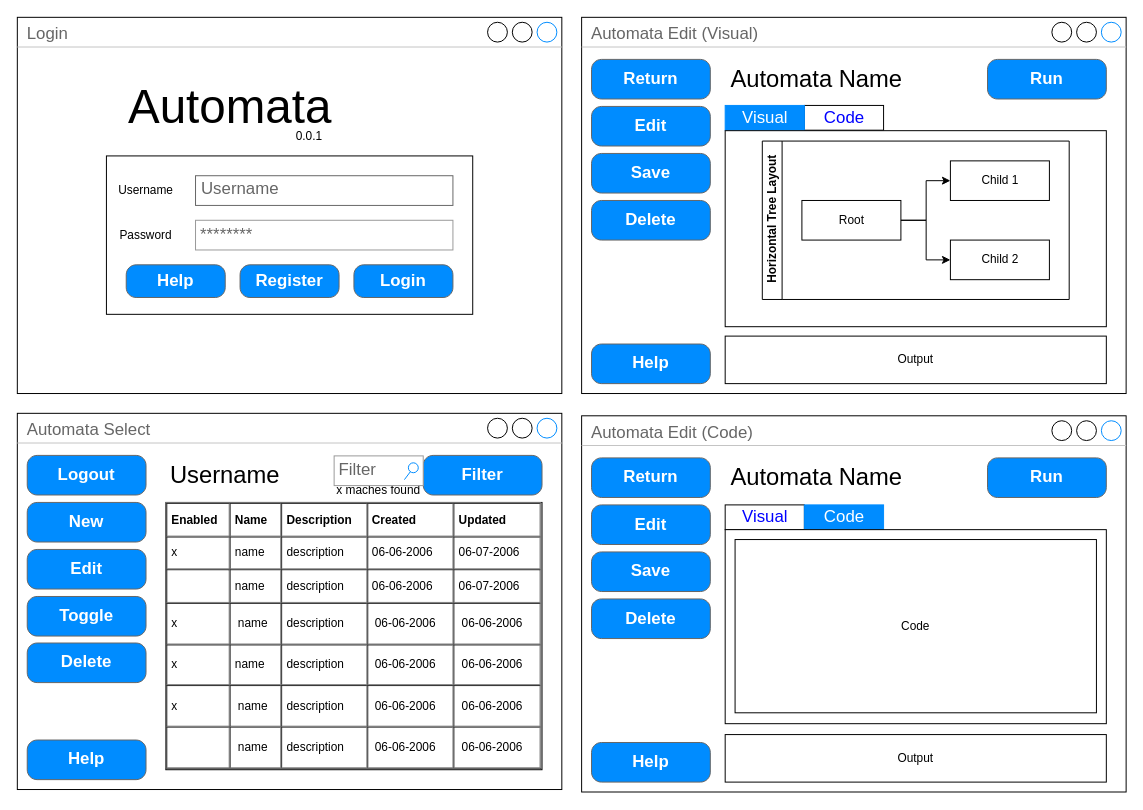
Above: AutomataDB/AutomataScreens.drawio in scott246/automata (draw.io), before the change. Source tidied: cells renumbered, new cells numbered last; positions are measured from the earlier drawing's top-left corner, leaving out a move shared by most shapes. Both pictures are drawn from the tidied source at 99%, with x=0, y=0 at pixel (17, 17).
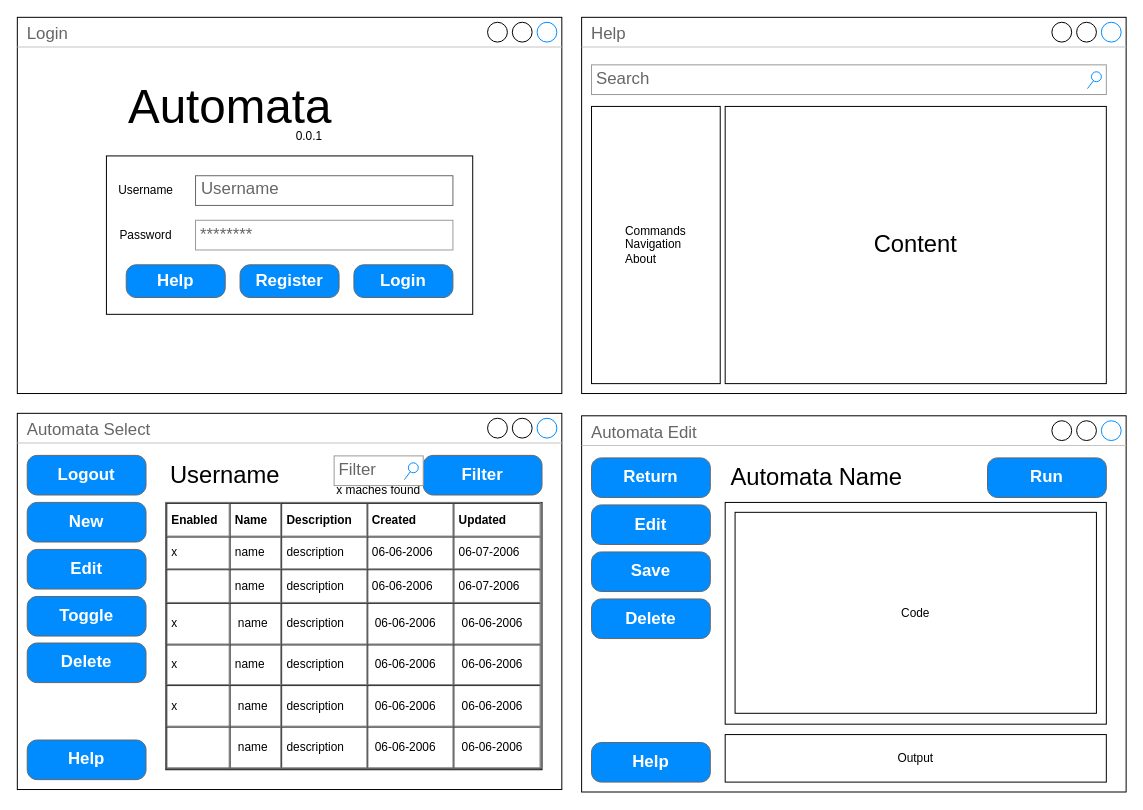
After the change.

Diff of the diagram source:
```diff
@@
-    <mxCell id="21" value="Automata Edit (Visual)&lt;br&gt;" style="strokeWidth=1;shadow=0;dashed=0;align=center;html=1;shape=mxgraph.mockup.containers.window;align=left;verticalAlign=top;spacingLeft=8;strokeColor2=#008cff;strokeColor3=#c4c4c4;fontColor=#666666;fillColor=#ffffff;mainText=;fontSize=17;labelBackgroundColor=none;" parent="1" vertex="1">
+    <mxCell id="21" value="Help&lt;br&gt;" style="strokeWidth=1;shadow=0;dashed=0;align=center;html=1;shape=mxgraph.mockup.containers.window;align=left;verticalAlign=top;spacingLeft=8;strokeColor2=#008cff;strokeColor3=#c4c4c4;fontColor=#666666;fillColor=#ffffff;mainText=;fontSize=17;labelBackgroundColor=none;" parent="1" vertex="1">
       <mxGeometry x="570" width="550" height="380" as="geometry" />
     </mxCell>
-    <mxCell id="22" value="Run&lt;br&gt;" style="strokeWidth=1;shadow=0;dashed=0;align=center;html=1;shape=mxgraph.mockup.buttons.button;strokeColor=#666666;fontColor=#ffffff;mainText=;buttonStyle=round;fontSize=17;fontStyle=1;fillColor=#008cff;whiteSpace=wrap;" parent="1" vertex="1">
-      <mxGeometry x="980" y="42.5" width="120" height="40" as="geometry" />
-    </mxCell>
-    <mxCell id="23" value="Help&lt;br&gt;" style="strokeWidth=1;shadow=0;dashed=0;align=center;html=1;shape=mxgraph.mockup.buttons.button;strokeColor=#666666;fontColor=#ffffff;mainText=;buttonStyle=round;fontSize=17;fontStyle=1;fillColor=#008cff;whiteSpace=wrap;" parent="1" vertex="1">
-      <mxGeometry x="580" y="330" width="120" height="40" as="geometry" />
-    </mxCell>
-    <mxCell id="24" value="Edit&lt;br&gt;" style="strokeWidth=1;shadow=0;dashed=0;align=center;html=1;shape=mxgraph.mockup.buttons.button;strokeColor=#666666;fontColor=#ffffff;mainText=;buttonStyle=round;fontSize=17;fontStyle=1;fillColor=#008cff;whiteSpace=wrap;" parent="1" vertex="1">
-      <mxGeometry x="580" y="90" width="120" height="40" as="geometry" />
-    </mxCell>
-    <mxCell id="25" value="Save&lt;br&gt;" style="strokeWidth=1;shadow=0;dashed=0;align=center;html=1;shape=mxgraph.mockup.buttons.button;strokeColor=#666666;fontColor=#ffffff;mainText=;buttonStyle=round;fontSize=17;fontStyle=1;fillColor=#008cff;whiteSpace=wrap;" parent="1" vertex="1">
-      <mxGeometry x="580" y="137.5" width="120" height="40" as="geometry" />
-    </mxCell>
-    <mxCell id="26" value="Delete&lt;br&gt;" style="strokeWidth=1;shadow=0;dashed=0;align=center;html=1;shape=mxgraph.mockup.buttons.button;strokeColor=#666666;fontColor=#ffffff;mainText=;buttonStyle=round;fontSize=17;fontStyle=1;fillColor=#008cff;whiteSpace=wrap;" parent="1" vertex="1">
-      <mxGeometry x="580" y="185" width="120" height="40" as="geometry" />
-    </mxCell>
-    <mxCell id="27" value="Return&lt;br&gt;" style="strokeWidth=1;shadow=0;dashed=0;align=center;html=1;shape=mxgraph.mockup.buttons.button;strokeColor=#666666;fontColor=#ffffff;mainText=;buttonStyle=round;fontSize=17;fontStyle=1;fillColor=#008cff;whiteSpace=wrap;" parent="1" vertex="1">
-      <mxGeometry x="580" y="42.5" width="120" height="40" as="geometry" />
-    </mxCell>
-    <mxCell id="28" value="Automata Name" style="text;html=1;strokeColor=none;fillColor=none;align=center;verticalAlign=middle;whiteSpace=wrap;rounded=0;fontSize=24;" parent="1" vertex="1">
-      <mxGeometry x="715" y="42.5" width="185" height="40" as="geometry" />
-    </mxCell>
@@
-    <mxCell id="32" value="Code" style="strokeColor=inherit;fillColor=inherit;gradientColor=inherit;strokeWidth=1;shadow=0;dashed=0;align=center;html=1;shape=mxgraph.mockup.text.rrect;rSize=0;fontSize=17;fontColor=#0000ff;" parent="1" vertex="1">
-      <mxGeometry x="795" y="89" width="80" height="25" as="geometry" />
-    </mxCell>
-    <mxCell id="33" value="Visual" style="strokeWidth=1;shadow=0;dashed=0;align=center;html=1;shape=mxgraph.mockup.text.rrect;rSize=0;fontSize=17;fontColor=#ffffff;fillColor=#008cff;strokeColor=#008cff;" parent="1" vertex="1">
-      <mxGeometry x="715" y="89" width="80" height="25" as="geometry" />
-    </mxCell>
@@
-    <mxCell id="35" style="rounded=0;whiteSpace=wrap;html=1;shadow=0;labelBackgroundColor=none;fillColor=#ffffff;gradientColor=none;fontSize=24;" parent="1" vertex="1">
-      <mxGeometry x="715" y="114.5" width="385" height="198" as="geometry" />
+    <mxCell id="35" value="Content" style="rounded=0;whiteSpace=wrap;html=1;shadow=0;labelBackgroundColor=none;fillColor=#ffffff;gradientColor=none;fontSize=24;" parent="1" vertex="1">
+      <mxGeometry x="715" y="90" width="385" height="280" as="geometry" />
     </mxCell>
-    <mxCell id="36" value="Horizontal Tree Layout" style="swimlane;html=1;startSize=20;horizontal=0;horizontalTree=1;containerType=tree;shadow=0;labelBackgroundColor=none;fillColor=#ffffff;gradientColor=none;fontSize=12;" parent="1" vertex="1">
-      <mxGeometry x="752.5" y="125" width="310" height="160" as="geometry" />
-    </mxCell>
-    <mxCell id="37" value="Root" style="whiteSpace=wrap;html=1;" parent="36" vertex="1">
-      <mxGeometry x="40" y="60" width="100" height="40" as="geometry" />
-    </mxCell>
-    <mxCell id="38" value="Child 1" style="whiteSpace=wrap;html=1;" parent="36" vertex="1">
-      <mxGeometry x="190" y="20" width="100" height="40" as="geometry" />
-    </mxCell>
-    <mxCell id="39" style="edgeStyle=elbowEdgeStyle;elbow=horizontal;html=1;rounded=0;" parent="36" edge="1" source="37" target="38">
-      <mxGeometry relative="1" as="geometry" />
-    </mxCell>
-    <mxCell id="40" value="Child 2" style="whiteSpace=wrap;html=1;" parent="36" vertex="1">
-      <mxGeometry x="190" y="100" width="100" height="40" as="geometry" />
-    </mxCell>
-    <mxCell id="41" style="edgeStyle=elbowEdgeStyle;elbow=horizontal;html=1;rounded=0;" parent="36" edge="1" source="37" target="40">
-      <mxGeometry relative="1" as="geometry" />
-    </mxCell>
-    <mxCell id="42" value="Automata Edit (Code)&lt;br&gt;" style="strokeWidth=1;shadow=0;dashed=0;align=center;html=1;shape=mxgraph.mockup.containers.window;align=left;verticalAlign=top;spacingLeft=8;strokeColor2=#008cff;strokeColor3=#c4c4c4;fontColor=#666666;fillColor=#ffffff;mainText=;fontSize=17;labelBackgroundColor=none;" parent="1" vertex="1">
+    <mxCell id="42" value="Automata Edit&lt;br&gt;" style="strokeWidth=1;shadow=0;dashed=0;align=center;html=1;shape=mxgraph.mockup.containers.window;align=left;verticalAlign=top;spacingLeft=8;strokeColor2=#008cff;strokeColor3=#c4c4c4;fontColor=#666666;fillColor=#ffffff;mainText=;fontSize=17;labelBackgroundColor=none;" parent="1" vertex="1">
       <mxGeometry x="570" y="402.5" width="550" height="380" as="geometry" />
     </mxCell>
@@
-    <mxCell id="50" value="Visual" style="strokeColor=inherit;fillColor=inherit;gradientColor=inherit;strokeWidth=1;shadow=0;dashed=0;align=center;html=1;shape=mxgraph.mockup.text.rrect;rSize=0;fontSize=17;fontColor=#0000ff;" parent="1" vertex="1">
-      <mxGeometry x="715" y="492.5" width="80" height="25" as="geometry" />
-    </mxCell>
-    <mxCell id="51" value="Code" style="strokeWidth=1;shadow=0;dashed=0;align=center;html=1;shape=mxgraph.mockup.text.rrect;rSize=0;fontSize=17;fontColor=#ffffff;fillColor=#008cff;strokeColor=#008cff;" parent="1" vertex="1">
-      <mxGeometry x="795" y="492.5" width="80" height="25" as="geometry" />
-    </mxCell>
     <mxCell id="52" style="rounded=0;whiteSpace=wrap;html=1;shadow=0;labelBackgroundColor=none;fillColor=#ffffff;gradientColor=none;fontSize=24;" parent="1" vertex="1">
-      <mxGeometry x="715" y="517.5" width="385" height="196" as="geometry" />
+      <mxGeometry x="715" y="490" width="385" height="224" as="geometry" />
     </mxCell>
     <mxCell id="53" value="Code&lt;div style=&quot;text-align: left&quot;&gt;&lt;/div&gt;" style="rounded=0;whiteSpace=wrap;html=1;shadow=0;labelBackgroundColor=none;fillColor=#ffffff;gradientColor=none;fontSize=12;" parent="1" vertex="1">
-      <mxGeometry x="725" y="527.5" width="365" height="175" as="geometry" />
+      <mxGeometry x="725" y="500" width="365" height="203" as="geometry" />
     </mxCell>
@@
-    <mxCell id="55" value="Output" style="rounded=0;whiteSpace=wrap;html=1;shadow=0;labelBackgroundColor=none;fillColor=#ffffff;gradientColor=none;fontSize=12;" parent="1" vertex="1">
-      <mxGeometry x="715" y="322" width="385" height="48" as="geometry" />
-    </mxCell>
+    <mxCell id="56" value="&lt;div style=&quot;text-align: left&quot;&gt;Commands&lt;br&gt;Navigation&lt;br&gt;About&lt;/div&gt;" style="rounded=0;whiteSpace=wrap;html=1;shadow=0;labelBackgroundColor=none;fillColor=#ffffff;gradientColor=none;fontSize=12;" parent="1" vertex="1">
+      <mxGeometry x="580" y="90" width="130" height="280" as="geometry" />
+    </mxCell>
+    <mxCell id="57" value="Search" style="strokeWidth=1;shadow=0;dashed=0;align=center;html=1;shape=mxgraph.mockup.forms.searchBox;strokeColor=#999999;mainText=;fillColor=#ffffff;strokeColor2=#008cff;fontColor=#666666;fontSize=17;align=left;spacingLeft=3;labelBackgroundColor=none;" parent="1" vertex="1">
+      <mxGeometry x="580" y="48" width="520" height="30" as="geometry" />
+    </mxCell>
```
